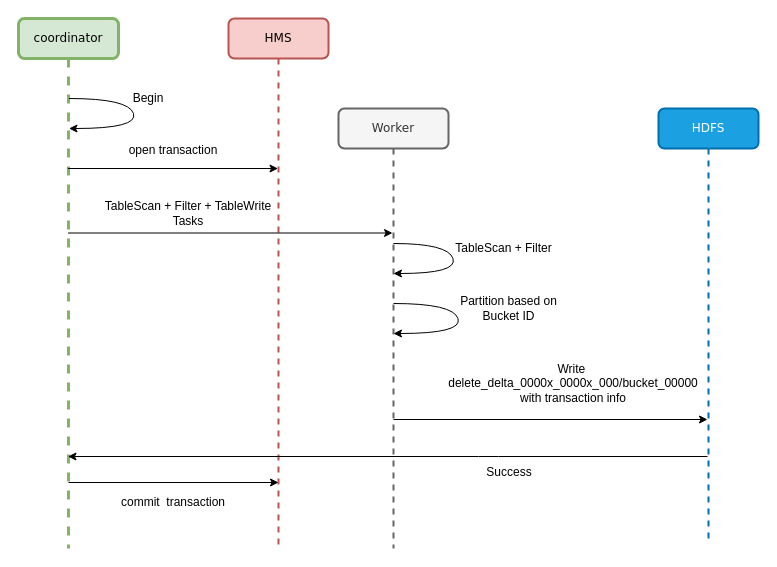
vinayakumarb/myrepo keeps this draw.io diagram as DELETE.drawio. Above is the earlier version. Source tidied: cells renumbered, new cells numbered last; positions are measured from the earlier drawing's top-left corner, leaving out a move shared by most shapes. Both pictures are drawn from the tidied source at 100%, with x=0, y=0 at pixel (18, 18).
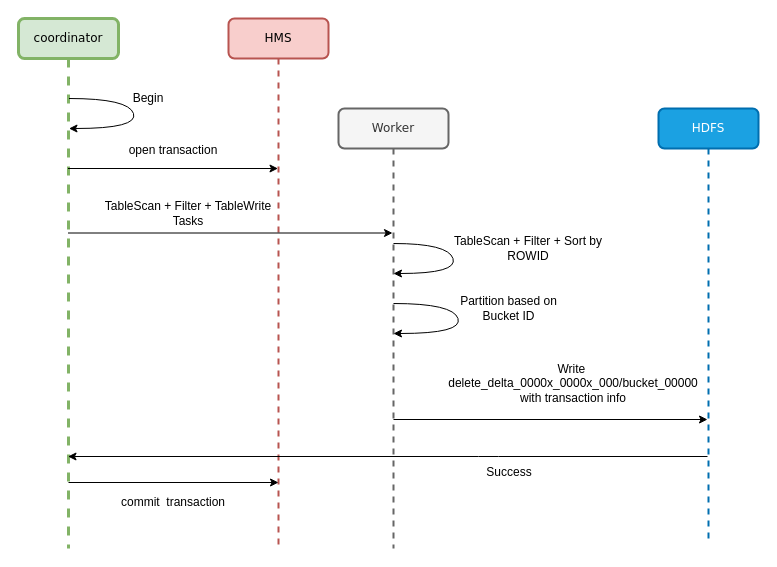
After the change.

Diff of the diagram source:
```diff
@@
-    <mxCell id="18" value="TableScan + Filter" style="text;html=1;strokeColor=none;fillColor=none;align=center;verticalAlign=middle;whiteSpace=wrap;rounded=0;" parent="1" vertex="1">
-      <mxGeometry x="430" y="220" width="110.5" height="20" as="geometry" />
+    <mxCell id="18" value="TableScan + Filter + Sort by ROWID" style="text;html=1;strokeColor=none;fillColor=none;align=center;verticalAlign=middle;whiteSpace=wrap;rounded=0;" parent="1" vertex="1">
+      <mxGeometry x="430" y="220" width="160" height="20" as="geometry" />
     </mxCell>
```
